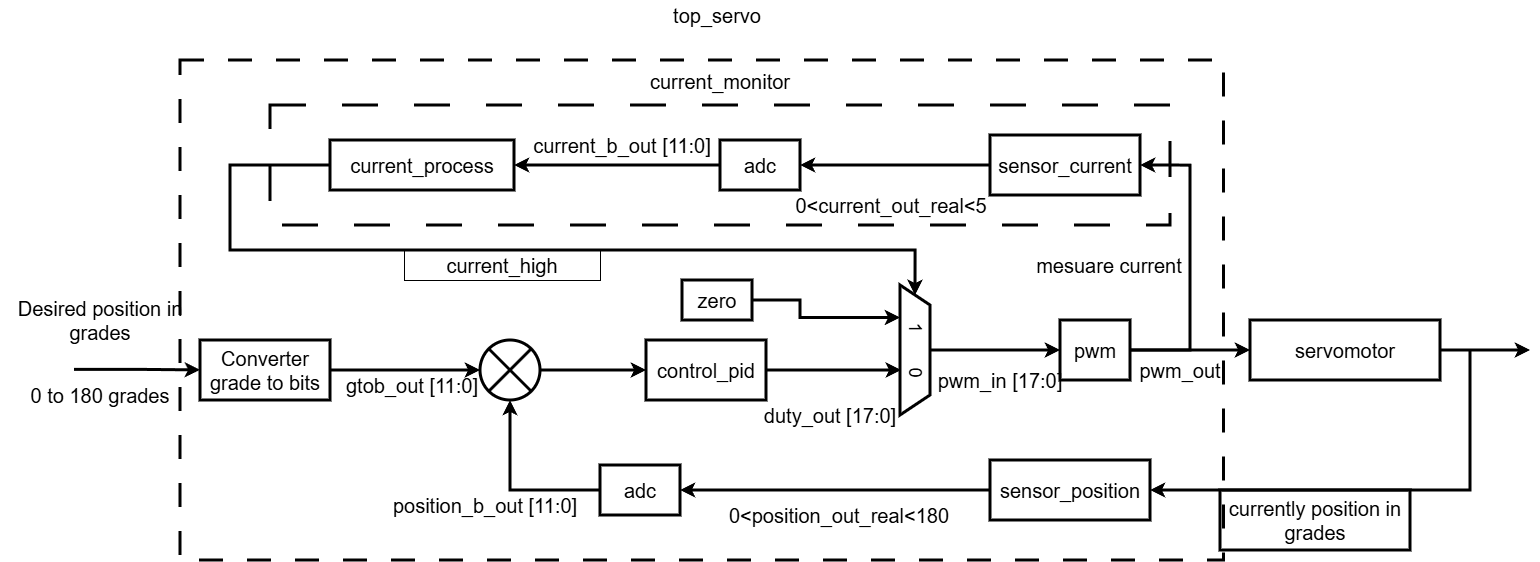
Earlier version of the draw.io export documentation/topmodule_servo.drawio.png (RamonEstradaM/proyect_snd_cuatri). Source tidied: cells renumbered, new cells last; positions are measured from the earlier drawing's top-left corner, leaving out a move shared by most shapes. Source of this version:
```xml
<mxGraphModel>
  <root>
    <mxCell id="0" />
    <mxCell id="1" parent="0" />
    <mxCell id="2" style="rounded=0;whiteSpace=wrap;html=1;fillColor=none;strokeColor=#000000;dashed=1;dashPattern=8 8;strokeWidth=3;fontColor=#000000;" parent="1" vertex="1">
      <mxGeometry x="180" y="60" width="1043.5" height="500" as="geometry" />
    </mxCell>
    <mxCell id="3" value="&lt;span style=&quot;font-size: 20px;&quot;&gt;current_monitor&lt;/span&gt;&lt;div&gt;&lt;span style=&quot;font-size: 20px;&quot;&gt;&lt;br&gt;&lt;/span&gt;&lt;/div&gt;&lt;div&gt;&lt;span style=&quot;font-size: 20px;&quot;&gt;&lt;br&gt;&lt;/span&gt;&lt;/div&gt;&lt;div&gt;&lt;span style=&quot;font-size: 20px;&quot;&gt;&lt;br&gt;&lt;/span&gt;&lt;/div&gt;&lt;div&gt;&lt;span style=&quot;font-size: 20px;&quot;&gt;&lt;br&gt;&lt;/span&gt;&lt;/div&gt;&lt;div&gt;&lt;span style=&quot;font-size: 20px;&quot;&gt;&lt;br&gt;&lt;/span&gt;&lt;/div&gt;&lt;div&gt;&lt;span style=&quot;font-size: 20px;&quot;&gt;&lt;br&gt;&lt;/span&gt;&lt;/div&gt;&lt;div&gt;&lt;span style=&quot;font-size: 20px;&quot;&gt;&lt;br&gt;&lt;/span&gt;&lt;/div&gt;" style="rounded=0;whiteSpace=wrap;html=1;fillColor=none;strokeWidth=3;dashed=1;dashPattern=12 12;strokeColor=#000000;fontColor=#000000;" parent="1" vertex="1">
      <mxGeometry x="270" y="105" width="900" height="120" as="geometry" />
    </mxCell>
    <mxCell id="4" value="&lt;font style=&quot;font-size: 20px;&quot;&gt;control_pid&lt;/font&gt;" style="rounded=0;whiteSpace=wrap;html=1;fillColor=none;strokeWidth=3;strokeColor=#000000;fontColor=#000000;" parent="1" vertex="1">
      <mxGeometry x="646" y="340" width="120" height="60" as="geometry" />
    </mxCell>
    <mxCell id="5" style="edgeStyle=orthogonalEdgeStyle;rounded=0;jettySize=auto;html=1;exitX=1;exitY=0.5;exitDx=0;exitDy=0;strokeWidth=3;entryX=1;entryY=0.5;entryDx=0;entryDy=0;strokeColor=#000000;fontColor=#000000;" parent="1" edge="1" source="7" target="27">
      <mxGeometry relative="1" as="geometry">
        <Array as="points">
          <mxPoint x="1190" y="350" />
          <mxPoint x="1190" y="165" />
        </Array>
      </mxGeometry>
    </mxCell>
    <mxCell id="6" style="edgeStyle=orthogonalEdgeStyle;rounded=0;jettySize=auto;html=1;exitX=1;exitY=0.5;exitDx=0;exitDy=0;entryX=0;entryY=0.5;entryDx=0;entryDy=0;strokeWidth=3;strokeColor=#000000;fontColor=#000000;" parent="1" edge="1" source="7" target="9">
      <mxGeometry relative="1" as="geometry" />
    </mxCell>
    <mxCell id="7" value="&lt;span style=&quot;font-size: 20px;&quot;&gt;pwm&lt;/span&gt;" style="rounded=0;whiteSpace=wrap;html=1;fillColor=none;strokeWidth=3;strokeColor=#000000;fontColor=#000000;" parent="1" vertex="1">
      <mxGeometry x="1060" y="320" width="70" height="60" as="geometry" />
    </mxCell>
    <mxCell id="8" style="edgeStyle=orthogonalEdgeStyle;rounded=0;jettySize=auto;html=1;exitX=1;exitY=0.5;exitDx=0;exitDy=0;strokeWidth=3;strokeColor=#000000;fontColor=#000000;" parent="1" edge="1" source="9">
      <mxGeometry relative="1" as="geometry">
        <mxPoint x="1530" y="350" as="targetPoint" />
        <Array as="points">
          <mxPoint x="1510" y="350" />
        </Array>
      </mxGeometry>
    </mxCell>
    <mxCell id="9" value="&lt;span style=&quot;font-size: 20px;&quot;&gt;servomotor&lt;/span&gt;" style="rounded=0;whiteSpace=wrap;html=1;fillColor=none;strokeWidth=3;strokeColor=#000000;fontColor=#000000;" parent="1" vertex="1">
      <mxGeometry x="1250" y="320" width="190" height="60" as="geometry" />
    </mxCell>
    <mxCell id="10" style="edgeStyle=orthogonalEdgeStyle;rounded=0;jettySize=auto;html=1;entryX=0.5;entryY=1;entryDx=0;entryDy=0;strokeWidth=3;exitX=0;exitY=0.5;exitDx=0;exitDy=0;strokeColor=#000000;fontColor=#000000;" parent="1" edge="1" source="23" target="15">
      <mxGeometry relative="1" as="geometry" />
    </mxCell>
    <mxCell id="11" style="edgeStyle=orthogonalEdgeStyle;rounded=0;jettySize=auto;html=1;exitX=0;exitY=0.5;exitDx=0;exitDy=0;entryX=1;entryY=0.5;entryDx=0;entryDy=0;strokeWidth=3;strokeColor=#000000;fontColor=#000000;" parent="1" edge="1" source="12" target="23">
      <mxGeometry relative="1" as="geometry" />
    </mxCell>
    <mxCell id="12" value="&lt;span style=&quot;font-size: 20px;&quot;&gt;sensor_position&lt;/span&gt;" style="rounded=0;whiteSpace=wrap;html=1;fillColor=none;strokeWidth=3;strokeColor=#000000;fontColor=#000000;" parent="1" vertex="1">
      <mxGeometry x="990" y="460" width="160" height="60" as="geometry" />
    </mxCell>
    <mxCell id="13" style="endArrow=classic;html=1;rounded=0;strokeWidth=3;strokeColor=#000000;fontColor=#000000;" parent="1" edge="1">
      <mxGeometry relative="1" as="geometry">
        <mxPoint x="94" y="369.4" as="sourcePoint" />
        <mxPoint x="200" y="369.9" as="targetPoint" />
        <Array as="points">
          <mxPoint x="74" y="369.4" />
          <mxPoint x="144" y="369.4" />
        </Array>
      </mxGeometry>
    </mxCell>
    <mxCell id="14" style="edgeStyle=orthogonalEdgeStyle;rounded=0;jettySize=auto;html=1;exitX=1;exitY=0.5;exitDx=0;exitDy=0;entryX=0;entryY=0.5;entryDx=0;entryDy=0;strokeWidth=3;strokeColor=#000000;fontColor=#000000;" parent="1" edge="1" source="15" target="4">
      <mxGeometry relative="1" as="geometry" />
    </mxCell>
    <mxCell id="15" style="ellipse;whiteSpace=wrap;html=1;fillColor=none;strokeWidth=3;strokeColor=#000000;fontColor=#000000;" parent="1" vertex="1">
      <mxGeometry x="480" y="340" width="60" height="60" as="geometry" />
    </mxCell>
    <mxCell id="16" style="endArrow=none;html=1;rounded=0;exitX=0;exitY=1;exitDx=0;exitDy=0;entryX=1;entryY=0;entryDx=0;entryDy=0;strokeWidth=3;strokeColor=#000000;fontColor=#000000;" parent="1" edge="1" source="15" target="15">
      <mxGeometry relative="1" as="geometry" />
    </mxCell>
    <mxCell id="17" style="endArrow=none;html=1;rounded=0;exitX=0;exitY=0;exitDx=0;exitDy=0;entryX=1;entryY=1;entryDx=0;entryDy=0;strokeWidth=3;strokeColor=#000000;fontColor=#000000;" parent="1" edge="1" source="15" target="15">
      <mxGeometry relative="1" as="geometry">
        <Array as="points">
          <mxPoint x="510" y="370" />
        </Array>
      </mxGeometry>
    </mxCell>
    <mxCell id="18" value="&lt;font style=&quot;font-size: 20px;&quot;&gt;Desired position in grades&lt;/font&gt;" style="text;html=1;whiteSpace=wrap;strokeColor=none;fillColor=none;align=center;verticalAlign=middle;rounded=0;strokeWidth=3;fontColor=#000000;" parent="1" vertex="1">
      <mxGeometry y="300" width="200" height="40" as="geometry" />
    </mxCell>
    <mxCell id="19" value="&lt;font style=&quot;font-size: 20px;&quot;&gt;currently position in grades&lt;/font&gt;" style="text;html=1;whiteSpace=wrap;strokeColor=#000000;fillColor=none;align=center;verticalAlign=middle;rounded=0;strokeWidth=3;fontColor=#000000;" parent="1" vertex="1">
      <mxGeometry x="1220" y="490" width="190" height="60" as="geometry" />
    </mxCell>
    <mxCell id="20" style="edgeStyle=orthogonalEdgeStyle;rounded=0;jettySize=auto;html=1;exitX=1;exitY=0.5;exitDx=0;exitDy=0;entryX=0;entryY=0.5;entryDx=0;entryDy=0;strokeWidth=3;strokeColor=#000000;fontColor=#000000;" parent="1" edge="1" source="21" target="15">
      <mxGeometry relative="1" as="geometry" />
    </mxCell>
    <mxCell id="21" value="&lt;span style=&quot;font-size: 20px;&quot;&gt;Converter grade to bits&lt;/span&gt;" style="rounded=0;whiteSpace=wrap;html=1;fillColor=none;strokeWidth=3;strokeColor=#000000;fontColor=#000000;" parent="1" vertex="1">
      <mxGeometry x="200" y="340" width="130" height="60" as="geometry" />
    </mxCell>
    <mxCell id="22" style="endArrow=classic;html=1;rounded=0;entryX=1;entryY=0.5;entryDx=0;entryDy=0;strokeWidth=3;strokeColor=#000000;fontColor=#000000;" parent="1" edge="1" target="12">
      <mxGeometry relative="1" as="geometry">
        <mxPoint x="1470" y="350" as="sourcePoint" />
        <Array as="points">
          <mxPoint x="1470" y="390" />
          <mxPoint x="1470" y="490" />
        </Array>
      </mxGeometry>
    </mxCell>
    <mxCell id="23" value="&lt;span style=&quot;font-size: 20px;&quot;&gt;adc&lt;/span&gt;" style="rounded=0;whiteSpace=wrap;html=1;fillColor=none;strokeWidth=3;strokeColor=#000000;fontColor=#000000;" parent="1" vertex="1">
      <mxGeometry x="600" y="465" width="80" height="50" as="geometry" />
    </mxCell>
    <mxCell id="24" style="edgeStyle=orthogonalEdgeStyle;rounded=0;jettySize=auto;html=1;exitX=0;exitY=0.5;exitDx=0;exitDy=0;entryX=1;entryY=0.5;entryDx=0;entryDy=0;strokeWidth=3;strokeColor=#000000;fontColor=#000000;" parent="1" edge="1" source="25" target="29">
      <mxGeometry relative="1" as="geometry" />
    </mxCell>
    <mxCell id="25" value="&lt;span style=&quot;font-size: 20px;&quot;&gt;adc&lt;/span&gt;" style="rounded=0;whiteSpace=wrap;html=1;fillColor=none;strokeWidth=3;strokeColor=#000000;fontColor=#000000;" parent="1" vertex="1">
      <mxGeometry x="720" y="140" width="80" height="50" as="geometry" />
    </mxCell>
    <mxCell id="26" style="edgeStyle=orthogonalEdgeStyle;rounded=0;jettySize=auto;html=1;exitX=0;exitY=0.5;exitDx=0;exitDy=0;entryX=1;entryY=0.5;entryDx=0;entryDy=0;strokeWidth=3;strokeColor=#000000;fontColor=#000000;" parent="1" edge="1" source="27" target="25">
      <mxGeometry relative="1" as="geometry" />
    </mxCell>
    <mxCell id="27" value="&lt;span style=&quot;font-size: 20px;&quot;&gt;sensor_current&lt;/span&gt;" style="rounded=0;whiteSpace=wrap;html=1;fillColor=none;strokeWidth=3;strokeColor=#000000;fontColor=#000000;" parent="1" vertex="1">
      <mxGeometry x="990" y="135" width="150" height="60" as="geometry" />
    </mxCell>
    <mxCell id="28" style="edgeStyle=orthogonalEdgeStyle;rounded=0;jettySize=auto;html=1;exitX=0;exitY=0.5;exitDx=0;exitDy=0;entryX=0;entryY=0.5;entryDx=0;entryDy=0;strokeWidth=3;strokeColor=#000000;fontColor=#000000;" parent="1" edge="1" source="29" target="31">
      <mxGeometry relative="1" as="geometry">
        <Array as="points">
          <mxPoint x="230" y="165" />
          <mxPoint x="230" y="250" />
          <mxPoint x="915" y="250" />
        </Array>
      </mxGeometry>
    </mxCell>
    <mxCell id="29" value="&lt;span style=&quot;font-size: 20px;&quot;&gt;current_process&lt;/span&gt;" style="rounded=0;whiteSpace=wrap;html=1;fillColor=none;strokeWidth=3;strokeColor=#000000;fontColor=#000000;" parent="1" vertex="1">
      <mxGeometry x="330" y="140" width="184" height="50" as="geometry" />
    </mxCell>
    <mxCell id="30" style="edgeStyle=orthogonalEdgeStyle;rounded=0;jettySize=auto;html=1;strokeWidth=3;strokeColor=#000000;fontColor=#000000;" parent="1" edge="1" source="31" target="7">
      <mxGeometry relative="1" as="geometry" />
    </mxCell>
    <mxCell id="31" value="&lt;font style=&quot;font-size: 18px;&quot;&gt;1&amp;nbsp; &amp;nbsp; &amp;nbsp; &amp;nbsp;0&lt;/font&gt;" style="shape=trapezoid;perimeter=trapezoidPerimeter;whiteSpace=wrap;html=1;fixedSize=1;rotation=90;strokeWidth=3;strokeColor=#000000;fontColor=#000000;" parent="1" vertex="1">
      <mxGeometry x="850" y="335" width="130" height="30" as="geometry" />
    </mxCell>
    <mxCell id="32" style="edgeStyle=orthogonalEdgeStyle;rounded=0;jettySize=auto;html=1;exitX=1;exitY=0.5;exitDx=0;exitDy=0;entryX=0.654;entryY=0.967;entryDx=0;entryDy=0;entryPerimeter=0;strokeWidth=3;strokeColor=#000000;fontColor=#000000;" parent="1" edge="1" source="4" target="31">
      <mxGeometry relative="1" as="geometry" />
    </mxCell>
    <mxCell id="33" style="edgeStyle=orthogonalEdgeStyle;rounded=0;jettySize=auto;html=1;exitX=1;exitY=0.5;exitDx=0;exitDy=0;entryX=0.25;entryY=1;entryDx=0;entryDy=0;strokeWidth=3;strokeColor=#000000;fontColor=#000000;" parent="1" edge="1" source="34" target="31">
      <mxGeometry relative="1" as="geometry">
        <Array as="points">
          <mxPoint x="800" y="300" />
          <mxPoint x="800" y="318" />
        </Array>
      </mxGeometry>
    </mxCell>
    <mxCell id="34" value="&lt;span style=&quot;font-size: 20px;&quot;&gt;zero&lt;/span&gt;" style="rounded=0;whiteSpace=wrap;html=1;fillColor=none;strokeWidth=3;strokeColor=#000000;fontColor=#000000;" parent="1" vertex="1">
      <mxGeometry x="682" y="280" width="70" height="40" as="geometry" />
    </mxCell>
    <mxCell id="35" value="&lt;font style=&quot;font-size: 20px;&quot;&gt;top_servo&lt;/font&gt;" style="text;html=1;whiteSpace=wrap;strokeColor=none;fillColor=none;align=center;verticalAlign=middle;rounded=0;strokeWidth=3;fontColor=#000000;" parent="1" vertex="1">
      <mxGeometry x="657" width="120" height="30" as="geometry" />
    </mxCell>
    <mxCell id="36" value="&lt;font style=&quot;font-size: 20px;&quot;&gt;0 to 180 grades&lt;/font&gt;" style="text;html=1;whiteSpace=wrap;strokeColor=none;fillColor=none;align=center;verticalAlign=middle;rounded=0;fontColor=#000000;" parent="1" vertex="1">
      <mxGeometry x="15" y="380" width="170" height="30" as="geometry" />
    </mxCell>
    <mxCell id="37" value="&lt;span style=&quot;font-size: 20px;&quot;&gt;gtob_out&amp;nbsp;&lt;/span&gt;&lt;span style=&quot;font-size: 20px; background-color: transparent;&quot;&gt;[11:0]&lt;/span&gt;" style="text;html=1;whiteSpace=wrap;strokeColor=none;fillColor=none;align=center;verticalAlign=middle;rounded=0;fontColor=#000000;" parent="1" vertex="1">
      <mxGeometry x="344" y="370" width="136" height="30" as="geometry" />
    </mxCell>
    <mxCell id="38" value="&lt;span style=&quot;font-size: 20px;&quot;&gt;position_b_out [11:0]&lt;/span&gt;" style="text;html=1;whiteSpace=wrap;strokeColor=none;fillColor=none;align=center;verticalAlign=middle;rounded=0;fontColor=#000000;" parent="1" vertex="1">
      <mxGeometry x="390" y="490" width="190" height="30" as="geometry" />
    </mxCell>
    <mxCell id="39" value="&lt;span style=&quot;font-size: 20px;&quot;&gt;0&amp;lt;position_out_real&amp;lt;180&lt;/span&gt;" style="text;html=1;whiteSpace=wrap;strokeColor=none;fillColor=none;align=center;verticalAlign=middle;rounded=0;fontColor=#000000;" parent="1" vertex="1">
      <mxGeometry x="720" y="500" width="238" height="30" as="geometry" />
    </mxCell>
    <mxCell id="40" value="&lt;span style=&quot;font-size: 20px;&quot;&gt;duty_out [17:0]&lt;/span&gt;" style="text;html=1;whiteSpace=wrap;strokeColor=none;fillColor=none;align=center;verticalAlign=middle;rounded=0;fontColor=#000000;" parent="1" vertex="1">
      <mxGeometry x="752" y="400" width="156" height="30" as="geometry" />
    </mxCell>
    <mxCell id="41" value="&lt;span style=&quot;font-size: 20px;&quot;&gt;pwm_in [17:0]&lt;/span&gt;" style="text;html=1;whiteSpace=wrap;strokeColor=none;fillColor=none;align=center;verticalAlign=middle;rounded=0;fontColor=#000000;" parent="1" vertex="1">
      <mxGeometry x="930" y="365" width="140" height="30" as="geometry" />
    </mxCell>
    <mxCell id="42" value="&lt;span style=&quot;font-size: 20px;&quot;&gt;pwm_out&lt;/span&gt;" style="text;html=1;whiteSpace=wrap;strokeColor=none;fillColor=none;align=center;verticalAlign=middle;rounded=0;fontColor=#000000;" parent="1" vertex="1">
      <mxGeometry x="1130" y="355" width="100" height="30" as="geometry" />
    </mxCell>
    <mxCell id="43" value="&lt;span style=&quot;font-size: 20px;&quot;&gt;mesuare current&lt;/span&gt;" style="text;html=1;whiteSpace=wrap;strokeColor=none;fillColor=none;align=center;verticalAlign=middle;rounded=0;rotation=0;fontColor=#000000;" parent="1" vertex="1">
      <mxGeometry x="1027" y="250" width="164" height="30" as="geometry" />
    </mxCell>
    <mxCell id="44" value="&lt;span style=&quot;font-size: 20px;&quot;&gt;0&amp;lt;current_out_real&amp;lt;5&lt;/span&gt;" style="text;html=1;whiteSpace=wrap;strokeColor=none;fillColor=none;align=center;verticalAlign=middle;rounded=0;fontColor=#000000;" parent="1" vertex="1">
      <mxGeometry x="776" y="190" width="230" height="30" as="geometry" />
    </mxCell>
    <mxCell id="45" value="&lt;span style=&quot;font-size: 20px;&quot;&gt;current_b_out [11:0]&lt;/span&gt;" style="text;html=1;whiteSpace=wrap;strokeColor=none;fillColor=none;align=center;verticalAlign=middle;rounded=0;fontColor=#000000;" parent="1" vertex="1">
      <mxGeometry x="524" y="130" width="196" height="30" as="geometry" />
    </mxCell>
    <mxCell id="46" value="&lt;span style=&quot;font-size: 20px;&quot;&gt;current_high&lt;/span&gt;" style="text;html=1;whiteSpace=wrap;strokeColor=#000000;fillColor=none;align=center;verticalAlign=middle;rounded=0;fontColor=#000000;" parent="1" vertex="1">
      <mxGeometry x="404" y="250" width="196" height="30" as="geometry" />
    </mxCell>
  </root>
</mxGraphModel>
```
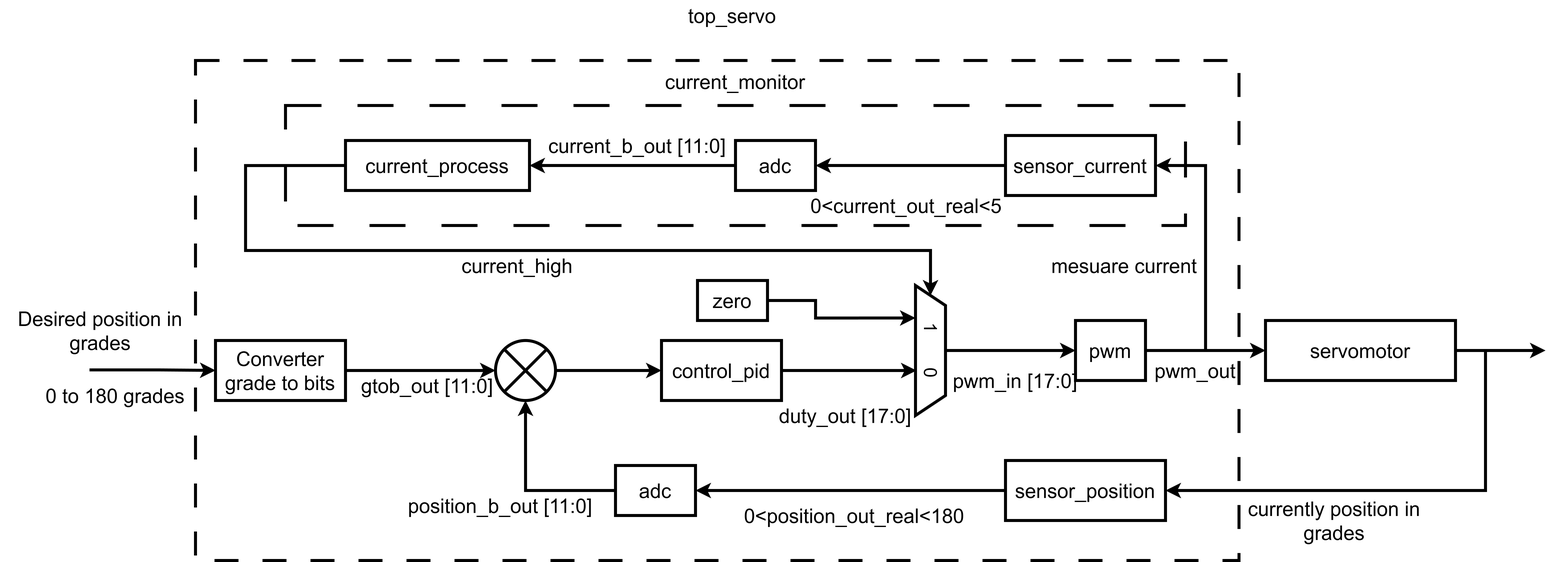
The same file after the commit.

Change to the diagram source:
```diff
@@ -72,10 +72,10 @@
       </mxGeometry>
     </mxCell>
     <mxCell id="18" value="&lt;font style=&quot;font-size: 20px;&quot;&gt;Desired position in grades&lt;/font&gt;" style="text;html=1;whiteSpace=wrap;strokeColor=none;fillColor=none;align=center;verticalAlign=middle;rounded=0;strokeWidth=3;fontColor=#000000;" parent="1" vertex="1">
-      <mxGeometry y="300" width="200" height="40" as="geometry" />
+      <mxGeometry x="-15" y="310" width="200" height="40" as="geometry" />
     </mxCell>
-    <mxCell id="19" value="&lt;font style=&quot;font-size: 20px;&quot;&gt;currently position in grades&lt;/font&gt;" style="text;html=1;whiteSpace=wrap;strokeColor=#000000;fillColor=none;align=center;verticalAlign=middle;rounded=0;strokeWidth=3;fontColor=#000000;" parent="1" vertex="1">
-      <mxGeometry x="1220" y="490" width="190" height="60" as="geometry" />
+    <mxCell id="19" value="&lt;font style=&quot;font-size: 20px;&quot;&gt;currently position in grades&lt;/font&gt;" style="text;html=1;whiteSpace=wrap;strokeColor=none;fillColor=none;align=center;verticalAlign=middle;rounded=0;strokeWidth=3;fontColor=#000000;" parent="1" vertex="1">
+      <mxGeometry x="1223.5" y="490" width="190" height="60" as="geometry" />
     </mxCell>
     <mxCell id="20" style="edgeStyle=orthogonalEdgeStyle;rounded=0;jettySize=auto;html=1;exitX=1;exitY=0.5;exitDx=0;exitDy=0;entryX=0;entryY=0.5;entryDx=0;entryDy=0;strokeWidth=3;strokeColor=#000000;fontColor=#000000;" parent="1" edge="1" source="21" target="15">
       <mxGeometry relative="1" as="geometry" />
@@ -122,7 +122,7 @@
     <mxCell id="30" style="edgeStyle=orthogonalEdgeStyle;rounded=0;jettySize=auto;html=1;strokeWidth=3;strokeColor=#000000;fontColor=#000000;" parent="1" edge="1" source="31" target="7">
       <mxGeometry relative="1" as="geometry" />
     </mxCell>
-    <mxCell id="31" value="&lt;font style=&quot;font-size: 18px;&quot;&gt;1&amp;nbsp; &amp;nbsp; &amp;nbsp; &amp;nbsp;0&lt;/font&gt;" style="shape=trapezoid;perimeter=trapezoidPerimeter;whiteSpace=wrap;html=1;fixedSize=1;rotation=90;strokeWidth=3;strokeColor=#000000;fontColor=#000000;" parent="1" vertex="1">
+    <mxCell id="31" value="&lt;font style=&quot;font-size: 18px;&quot;&gt;1&amp;nbsp; &amp;nbsp; &amp;nbsp; &amp;nbsp;0&lt;/font&gt;" style="shape=trapezoid;perimeter=trapezoidPerimeter;whiteSpace=wrap;html=1;fixedSize=1;rotation=90;strokeWidth=3;strokeColor=#000000;fontColor=#000000;fillColor=none;" parent="1" vertex="1">
       <mxGeometry x="850" y="335" width="130" height="30" as="geometry" />
     </mxCell>
     <mxCell id="32" style="edgeStyle=orthogonalEdgeStyle;rounded=0;jettySize=auto;html=1;exitX=1;exitY=0.5;exitDx=0;exitDy=0;entryX=0.654;entryY=0.967;entryDx=0;entryDy=0;entryPerimeter=0;strokeWidth=3;strokeColor=#000000;fontColor=#000000;" parent="1" edge="1" source="4" target="31">
@@ -172,7 +172,7 @@
     <mxCell id="45" value="&lt;span style=&quot;font-size: 20px;&quot;&gt;current_b_out [11:0]&lt;/span&gt;" style="text;html=1;whiteSpace=wrap;strokeColor=none;fillColor=none;align=center;verticalAlign=middle;rounded=0;fontColor=#000000;" parent="1" vertex="1">
       <mxGeometry x="524" y="130" width="196" height="30" as="geometry" />
     </mxCell>
-    <mxCell id="46" value="&lt;span style=&quot;font-size: 20px;&quot;&gt;current_high&lt;/span&gt;" style="text;html=1;whiteSpace=wrap;strokeColor=#000000;fillColor=none;align=center;verticalAlign=middle;rounded=0;fontColor=#000000;" parent="1" vertex="1">
+    <mxCell id="46" value="&lt;span style=&quot;font-size: 20px;&quot;&gt;current_high&lt;/span&gt;" style="text;html=1;whiteSpace=wrap;strokeColor=none;fillColor=none;align=center;verticalAlign=middle;rounded=0;fontColor=#000000;" parent="1" vertex="1">
       <mxGeometry x="404" y="250" width="196" height="30" as="geometry" />
     </mxCell>
   </root>
```
